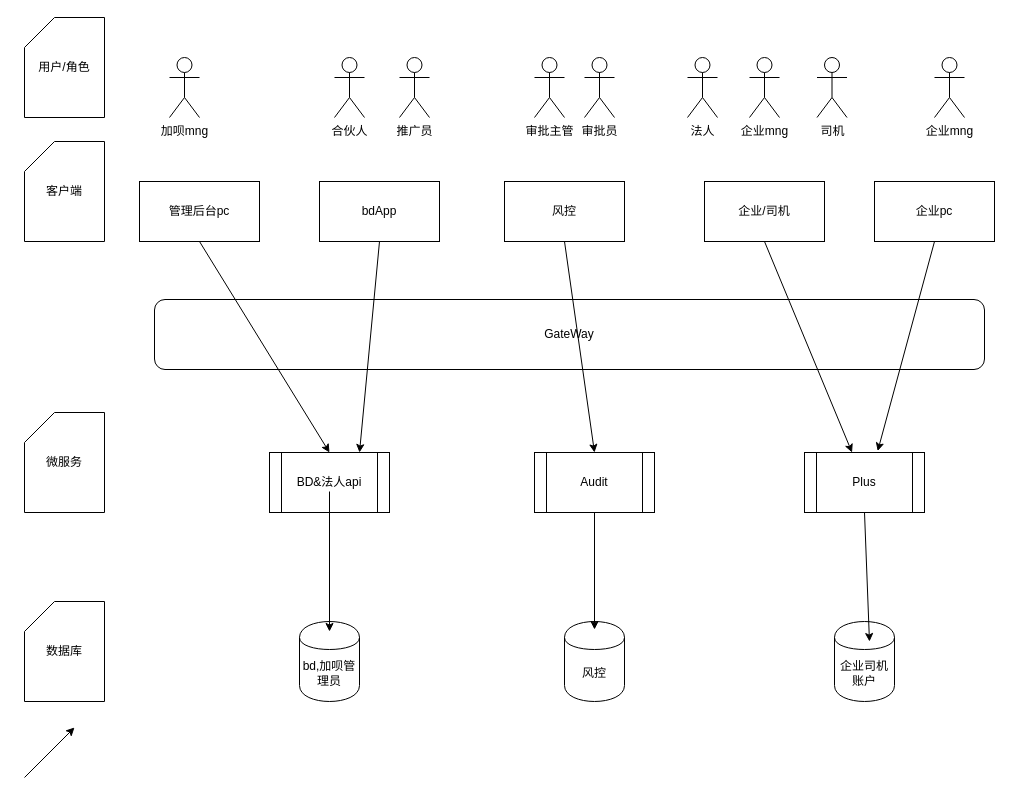
The draw.io diagram 未命名表单.drawio in feng-chaoqing/hello-world, before the edit. Source tidied: cells renumbered, new cells numbered last; positions are measured from the earlier drawing's top-left corner, leaving out a move shared by most shapes. Both pictures are drawn from the tidied source at 100%, with x=0, y=0 at pixel (24, 17).
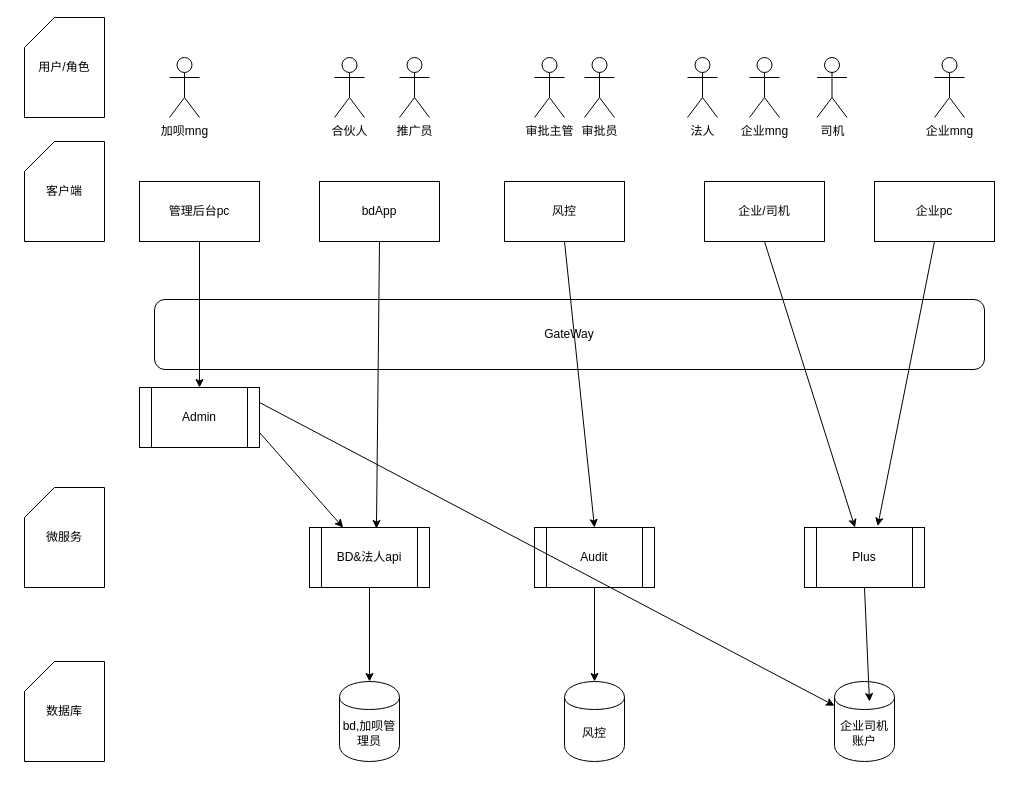
Above is the later version.

Commit message:
更新未命名表单.drawio

The change refers to these unchanged cells:
```xml
<mxCell id="5" value="管理后台pc" style="rounded=0;whiteSpace=wrap;html=1;flipH=0;" parent="1" vertex="1">
  <mxGeometry x="115" y="164" width="120" height="60" as="geometry" />
</mxCell>
<mxCell id="6" value="bdApp" style="rounded=0;whiteSpace=wrap;html=1;flipH=0;" parent="1" vertex="1">
  <mxGeometry x="295" y="164" width="120" height="60" as="geometry" />
</mxCell>
```

The edit, as a diff of the source:
```diff
@@
     <mxCell id="8" value="BD&amp;amp;法人api" style="shape=process;whiteSpace=wrap;html=1;backgroundOutline=1;" parent="1" vertex="1">
-      <mxGeometry x="245" y="435" width="120" height="60" as="geometry" />
+      <mxGeometry x="285" y="510" width="120" height="60" as="geometry" />
     </mxCell>
     <mxCell id="9" value="Audit" style="shape=process;whiteSpace=wrap;html=1;backgroundOutline=1;" parent="1" vertex="1">
-      <mxGeometry x="510" y="435" width="120" height="60" as="geometry" />
+      <mxGeometry x="510" y="510" width="120" height="60" as="geometry" />
     </mxCell>
     <mxCell id="10" value="Plus" style="shape=process;whiteSpace=wrap;html=1;backgroundOutline=1;" parent="1" vertex="1">
-      <mxGeometry x="780" y="435" width="120" height="60" as="geometry" />
+      <mxGeometry x="780" y="510" width="120" height="60" as="geometry" />
     </mxCell>
     <mxCell id="11" value="bd,加呗管理员" style="shape=cylinder;whiteSpace=wrap;html=1;boundedLbl=1;backgroundOutline=1;" parent="1" vertex="1">
-      <mxGeometry x="275" y="604" width="60" height="80" as="geometry" />
+      <mxGeometry x="315" y="664" width="60" height="80" as="geometry" />
     </mxCell>
     <mxCell id="12" value="风控" style="shape=cylinder;whiteSpace=wrap;html=1;boundedLbl=1;backgroundOutline=1;" parent="1" vertex="1">
-      <mxGeometry x="540" y="604" width="60" height="80" as="geometry" />
+      <mxGeometry x="540" y="664" width="60" height="80" as="geometry" />
     </mxCell>
     <mxCell id="13" value="企业司机账户" style="shape=cylinder;whiteSpace=wrap;html=1;boundedLbl=1;backgroundOutline=1;" parent="1" vertex="1">
-      <mxGeometry x="810" y="604" width="60" height="80" as="geometry" />
+      <mxGeometry x="810" y="664" width="60" height="80" as="geometry" />
     </mxCell>
@@
-    <mxCell id="26" style="endArrow=classic;html=1;exitX=0.5;exitY=1;exitDx=0;exitDy=0;entryX=0.5;entryY=0;entryDx=0;entryDy=0;" parent="1" edge="1" source="5" target="8">
+    <mxCell id="26" style="endArrow=classic;html=1;exitX=0.5;exitY=1;exitDx=0;exitDy=0;" parent="1" edge="1" source="5" target="36">
       <mxGeometry relative="1" as="geometry" />
     </mxCell>
-    <mxCell id="27" style="endArrow=classic;html=1;exitX=0.5;exitY=1;exitDx=0;exitDy=0;entryX=0.75;entryY=0;entryDx=0;entryDy=0;" parent="1" edge="1" source="6" target="8">
+    <mxCell id="27" style="endArrow=classic;html=1;exitX=0.5;exitY=1;exitDx=0;exitDy=0;entryX=0.558;entryY=0.017;entryDx=0;entryDy=0;entryPerimeter=0;" parent="1" edge="1" source="6" target="8">
       <mxGeometry relative="1" as="geometry" />
     </mxCell>
@@
-    <mxCell id="29" style="endArrow=classic;html=1;exitX=0.5;exitY=1;exitDx=0;exitDy=0;" parent="1" edge="1" source="9">
-      <mxGeometry relative="1" as="geometry">
-        <mxPoint x="570" y="612" as="targetPoint" />
-      </mxGeometry>
+    <mxCell id="29" style="endArrow=classic;html=1;exitX=0.5;exitY=1;exitDx=0;exitDy=0;" parent="1" edge="1" source="9" target="12">
+      <mxGeometry relative="1" as="geometry" />
     </mxCell>
-    <mxCell id="30" style="endArrow=classic;html=1;" parent="1" edge="1">
+    <mxCell id="30" style="endArrow=classic;html=1;" parent="1" edge="1" target="11">
       <mxGeometry relative="1" as="geometry">
-        <mxPoint x="305" y="474" as="sourcePoint" />
-        <mxPoint x="305" y="614" as="targetPoint" />
+        <mxPoint x="345" y="570" as="sourcePoint" />
       </mxGeometry>
     </mxCell>
@@
     <mxCell id="32" value="微服务" style="shape=card;whiteSpace=wrap;html=1;" parent="1" vertex="1">
-      <mxGeometry y="395" width="80" height="100" as="geometry" />
+      <mxGeometry y="470" width="80" height="100" as="geometry" />
     </mxCell>
     <mxCell id="33" value="数据库" style="shape=card;whiteSpace=wrap;html=1;" parent="1" vertex="1">
-      <mxGeometry y="584" width="80" height="100" as="geometry" />
+      <mxGeometry y="644" width="80" height="100" as="geometry" />
     </mxCell>
@@
-    <mxCell id="35" style="endArrow=classic;html=1;" parent="1" edge="1">
-      <mxGeometry relative="1" as="geometry">
-        <mxPoint y="760" as="sourcePoint" />
-        <mxPoint x="50" y="710" as="targetPoint" />
-      </mxGeometry>
-    </mxCell>
+    <mxCell id="36" value="Admin" style="shape=process;whiteSpace=wrap;html=1;backgroundOutline=1;" parent="1" vertex="1">
+      <mxGeometry x="115" y="370" width="120" height="60" as="geometry" />
+    </mxCell>
+    <mxCell id="37" style="endArrow=classic;html=1;exitX=1;exitY=0.75;exitDx=0;exitDy=0;" parent="1" edge="1" source="36" target="8">
+      <mxGeometry relative="1" as="geometry" />
+    </mxCell>
+    <mxCell id="38" style="endArrow=classic;html=1;exitX=1;exitY=0.25;exitDx=0;exitDy=0;" parent="1" edge="1" source="36" target="13">
+      <mxGeometry relative="1" as="geometry" />
+    </mxCell>
```
